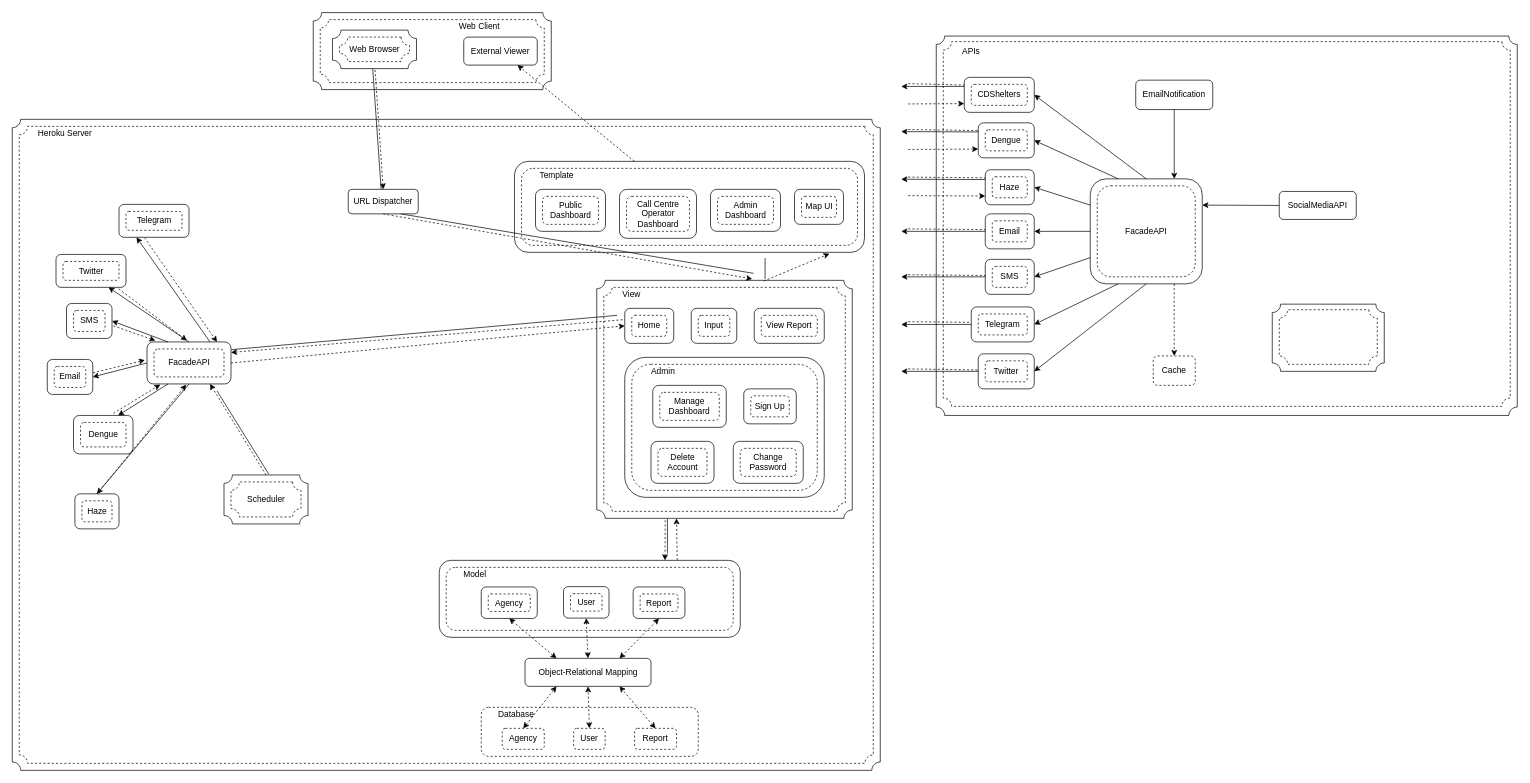
Earlier version of the draw.io diagram CZ3003 Architecture.drawio (drawabc/SASDCMS). Source tidied: cells renumbered, new cells numbered last; positions are measured from the earlier drawing's top-left corner, leaving out a move shared by most shapes. Both pictures are drawn from the tidied source at 70%, with x=0, y=0 at pixel (12, 13).
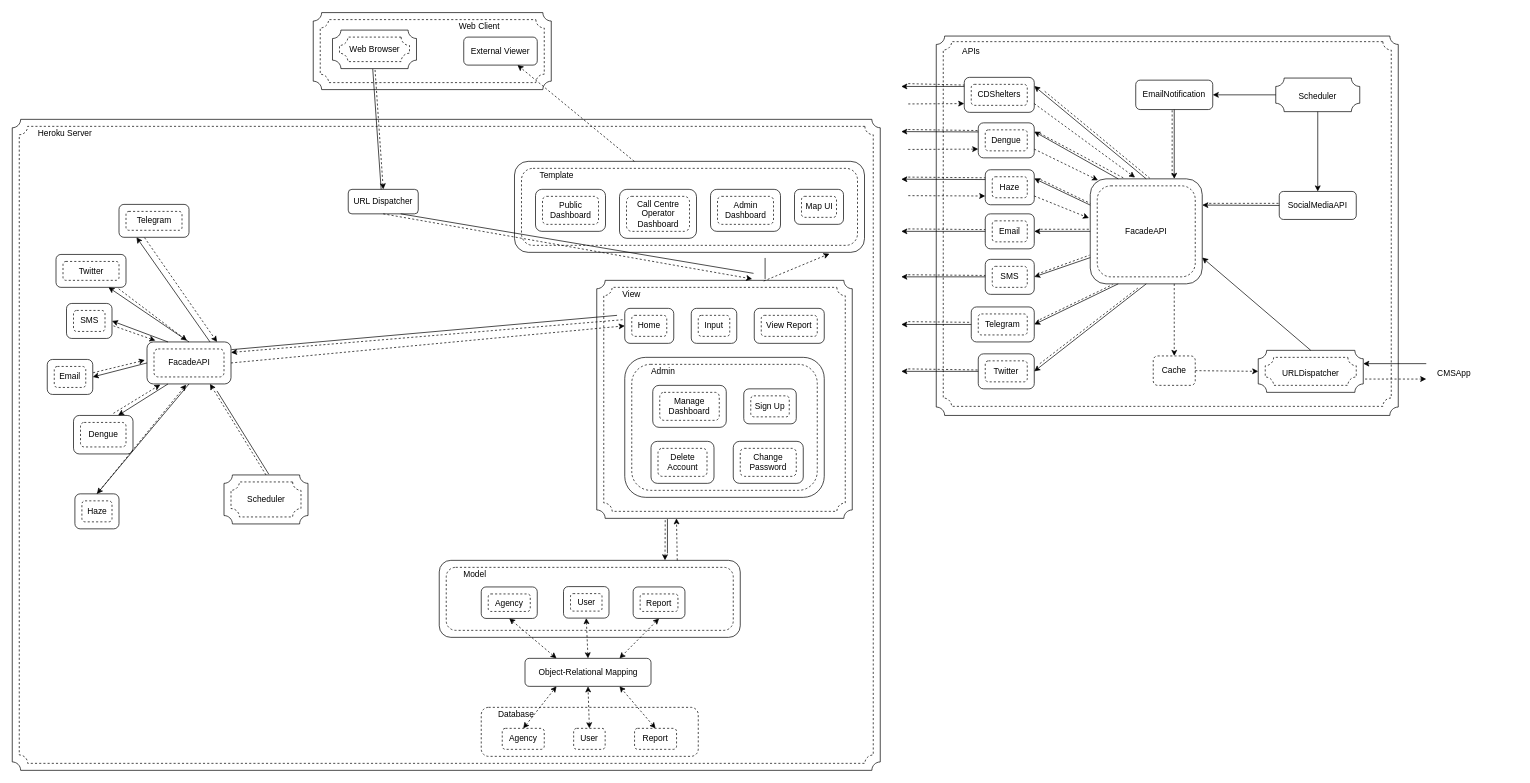
After the change.

Unchanged cells that the change refers to:
```xml
<mxCell id="111" style="rounded=1;whiteSpace=wrap;html=1;" parent="1" vertex="1">
  <mxGeometry x="1360" y="92" width="100" height="50" as="geometry" />
</mxCell>
<mxCell id="113" style="rounded=1;whiteSpace=wrap;html=1;" parent="1" vertex="1">
  <mxGeometry x="1380" y="157" width="80" height="50" as="geometry" />
</mxCell>
<mxCell id="115" style="rounded=1;whiteSpace=wrap;html=1;" parent="1" vertex="1">
  <mxGeometry x="1390" y="224" width="70" height="50" as="geometry" />
</mxCell>
<mxCell id="143" style="rounded=1;whiteSpace=wrap;html=1;" parent="1" vertex="1">
  <mxGeometry x="1540" y="237" width="160" height="150" as="geometry" />
</mxCell>
<mxCell id="152" value="EmailNotification" style="rounded=1;whiteSpace=wrap;html=1;" parent="1" vertex="1">
  <mxGeometry x="1605" y="96" width="110" height="42" as="geometry" />
</mxCell>
<mxCell id="154" value="SocialMediaAPI" style="rounded=1;whiteSpace=wrap;html=1;" parent="1" vertex="1">
  <mxGeometry x="1810" y="255" width="110" height="40" as="geometry" />
</mxCell>
<mxCell id="156" value="Cache" style="rounded=1;whiteSpace=wrap;html=1;dashed=1;" parent="1" vertex="1">
  <mxGeometry x="1630" y="490" width="60" height="42" as="geometry" />
</mxCell>
```

Change to the diagram source:
```diff
@@
     <mxCell id="109" style="verticalLabelPosition=bottom;verticalAlign=top;html=1;shape=mxgraph.basic.plaque;dx=6;" parent="1" vertex="1">
-      <mxGeometry x="1320" y="33" width="830" height="542" as="geometry" />
+      <mxGeometry x="1320" y="33" width="660" height="542" as="geometry" />
     </mxCell>
     <mxCell id="110" style="verticalLabelPosition=bottom;verticalAlign=top;html=1;shape=mxgraph.basic.plaque;dx=6;dashed=1;" parent="1" vertex="1">
-      <mxGeometry x="1330" y="41" width="810" height="521" as="geometry" />
+      <mxGeometry x="1330" y="41" width="640" height="521" as="geometry" />
     </mxCell>
@@
-    <mxCell id="147" style="endArrow=classic;html=1;entryX=1;entryY=0.5;entryDx=0;entryDy=0;exitX=0;exitY=0.25;exitDx=0;exitDy=0;" parent="1" edge="1" source="143" target="115">
+    <mxCell id="147" style="endArrow=classic;html=1;entryX=1;entryY=0.25;entryDx=0;entryDy=0;exitX=0;exitY=0.25;exitDx=0;exitDy=0;" parent="1" edge="1" source="143" target="115">
       <mxGeometry relative="1" as="geometry" />
     </mxCell>
@@
-    <mxCell id="150" style="endArrow=classic;html=1;entryX=1;entryY=0.5;entryDx=0;entryDy=0;exitX=0.25;exitY=0;exitDx=0;exitDy=0;" parent="1" edge="1" source="143" target="113">
+    <mxCell id="150" style="endArrow=classic;html=1;entryX=1;entryY=0.25;entryDx=0;entryDy=0;exitX=0.25;exitY=0;exitDx=0;exitDy=0;" parent="1" edge="1" source="143" target="113">
       <mxGeometry relative="1" as="geometry" />
     </mxCell>
-    <mxCell id="151" style="endArrow=classic;html=1;entryX=1;entryY=0.5;entryDx=0;entryDy=0;exitX=0.5;exitY=0;exitDx=0;exitDy=0;" parent="1" edge="1" source="143" target="111">
+    <mxCell id="151" style="endArrow=classic;html=1;entryX=1;entryY=0.25;entryDx=0;entryDy=0;exitX=0.5;exitY=0;exitDx=0;exitDy=0;" parent="1" edge="1" source="143" target="111">
       <mxGeometry relative="1" as="geometry" />
     </mxCell>
@@
     <mxCell id="158" style="verticalLabelPosition=bottom;verticalAlign=top;html=1;shape=mxgraph.basic.plaque;dx=6;" parent="1" vertex="1">
-      <mxGeometry x="1800" y="416" width="160" height="96" as="geometry" />
+      <mxGeometry x="1780" y="482" width="150" height="60" as="geometry" />
     </mxCell>
     <mxCell id="159" style="verticalLabelPosition=bottom;verticalAlign=top;html=1;shape=mxgraph.basic.plaque;dx=6;dashed=1;" parent="1" vertex="1">
-      <mxGeometry x="1810" y="424" width="140" height="78" as="geometry" />
+      <mxGeometry x="1790" y="492" width="130" height="40" as="geometry" />
     </mxCell>
+    <mxCell id="160" value="URLDispatcher" style="text;html=1;strokeColor=none;fillColor=none;align=center;verticalAlign=middle;whiteSpace=wrap;rounded=0;dashed=1;" parent="1" vertex="1">
+      <mxGeometry x="1835" y="505" width="40" height="20" as="geometry" />
+    </mxCell>
+    <mxCell id="161" style="verticalLabelPosition=bottom;verticalAlign=top;html=1;shape=mxgraph.basic.plaque;dx=6;" parent="1" vertex="1">
+      <mxGeometry x="1805" y="93" width="120" height="48" as="geometry" />
+    </mxCell>
+    <mxCell id="162" value="Scheduler" style="text;html=1;strokeColor=none;fillColor=none;align=center;verticalAlign=middle;whiteSpace=wrap;rounded=0;dashed=1;" parent="1" vertex="1">
+      <mxGeometry x="1845" y="109.5" width="40" height="20" as="geometry" />
+    </mxCell>
+    <mxCell id="163" style="endArrow=classic;html=1;entryX=1;entryY=0.5;entryDx=0;entryDy=0;exitX=0;exitY=0.5;exitDx=0;exitDy=0;exitPerimeter=0;" parent="1" edge="1" source="161" target="152">
+      <mxGeometry relative="1" as="geometry" />
+    </mxCell>
+    <mxCell id="164" style="endArrow=classic;html=1;exitX=0.5;exitY=1;exitDx=0;exitDy=0;exitPerimeter=0;" parent="1" edge="1" source="161" target="154">
+      <mxGeometry relative="1" as="geometry" />
+    </mxCell>
+    <mxCell id="165" style="endArrow=classic;html=1;dashed=1;exitX=1;exitY=0.5;exitDx=0;exitDy=0;entryX=0;entryY=0.5;entryDx=0;entryDy=0;entryPerimeter=0;" parent="1" edge="1" source="156" target="158">
+      <mxGeometry relative="1" as="geometry" />
+    </mxCell>
+    <mxCell id="166" style="endArrow=classic;html=1;entryX=1;entryY=0.75;entryDx=0;entryDy=0;exitX=0.5;exitY=0;exitDx=0;exitDy=0;exitPerimeter=0;" parent="1" edge="1" source="158" target="143">
+      <mxGeometry relative="1" as="geometry" />
+    </mxCell>
+    <mxCell id="167" style="endArrow=none;dashed=1;html=1;entryX=0;entryY=0.25;entryDx=0;entryDy=0;" parent="1" edge="1">
+      <mxGeometry relative="1" as="geometry">
+        <mxPoint x="1710" y="272" as="sourcePoint" />
+        <mxPoint x="1810" y="272" as="targetPoint" />
+      </mxGeometry>
+    </mxCell>
+    <mxCell id="168" style="endArrow=none;dashed=1;html=1;entryX=0.5;entryY=1;entryDx=0;entryDy=0;" parent="1" edge="1">
+      <mxGeometry relative="1" as="geometry">
+        <mxPoint x="1657" y="232" as="sourcePoint" />
+        <mxPoint x="1657" y="138" as="targetPoint" />
+      </mxGeometry>
+    </mxCell>
+    <mxCell id="169" style="endArrow=none;dashed=1;html=1;exitX=1;exitY=0.25;exitDx=0;exitDy=0;" parent="1" edge="1">
+      <mxGeometry relative="1" as="geometry">
+        <mxPoint x="1469" y="309" as="sourcePoint" />
+        <mxPoint x="1539" y="309" as="targetPoint" />
+      </mxGeometry>
+    </mxCell>
+    <mxCell id="170" style="endArrow=none;dashed=1;html=1;" parent="1" edge="1">
+      <mxGeometry relative="1" as="geometry">
+        <mxPoint x="1469" y="238" as="sourcePoint" />
+        <mxPoint x="1540" y="272" as="targetPoint" />
+      </mxGeometry>
+    </mxCell>
+    <mxCell id="171" style="endArrow=none;dashed=1;html=1;entryX=-0.006;entryY=0.667;entryDx=0;entryDy=0;entryPerimeter=0;" parent="1" edge="1">
+      <mxGeometry relative="1" as="geometry">
+        <mxPoint x="1470" y="371" as="sourcePoint" />
+        <mxPoint x="1539" y="346" as="targetPoint" />
+      </mxGeometry>
+    </mxCell>
+    <mxCell id="172" value="CMSApp" style="text;html=1;strokeColor=none;fillColor=none;align=center;verticalAlign=middle;whiteSpace=wrap;rounded=0;dashed=1;" parent="1" vertex="1">
+      <mxGeometry x="2040" y="505" width="40" height="20" as="geometry" />
+    </mxCell>
+    <mxCell id="173" style="endArrow=classic;html=1;entryX=1;entryY=0.5;entryDx=0;entryDy=0;entryPerimeter=0;" parent="1" edge="1">
+      <mxGeometry relative="1" as="geometry">
+        <mxPoint x="2020" y="501" as="sourcePoint" />
+        <mxPoint x="1930" y="501" as="targetPoint" />
+      </mxGeometry>
+    </mxCell>
+    <mxCell id="174" style="endArrow=none;html=1;entryX=1;entryY=0.5;entryDx=0;entryDy=0;entryPerimeter=0;endFill=0;startArrow=classic;startFill=1;dashed=1;" parent="1" edge="1">
+      <mxGeometry relative="1" as="geometry">
+        <mxPoint x="2020" y="523" as="sourcePoint" />
+        <mxPoint x="1930" y="523" as="targetPoint" />
+      </mxGeometry>
+    </mxCell>
+    <mxCell id="175" style="endArrow=none;dashed=1;html=1;entryX=0.2;entryY=1.007;entryDx=0;entryDy=0;entryPerimeter=0;" parent="1" edge="1" target="143">
+      <mxGeometry relative="1" as="geometry">
+        <mxPoint x="1468" y="438" as="sourcePoint" />
+      </mxGeometry>
+    </mxCell>
+    <mxCell id="176" style="endArrow=none;dashed=1;html=1;exitX=1;exitY=0.25;exitDx=0;exitDy=0;" parent="1" edge="1">
+      <mxGeometry relative="1" as="geometry">
+        <mxPoint x="1468" y="501" as="sourcePoint" />
+        <mxPoint x="1608" y="393" as="targetPoint" />
+      </mxGeometry>
+    </mxCell>
+    <mxCell id="177" style="endArrow=none;dashed=1;html=1;" parent="1" edge="1">
+      <mxGeometry relative="1" as="geometry">
+        <mxPoint x="1468" y="172" as="sourcePoint" />
+        <mxPoint x="1588" y="236" as="targetPoint" />
+      </mxGeometry>
+    </mxCell>
+    <mxCell id="178" style="endArrow=none;dashed=1;html=1;" parent="1" edge="1">
+      <mxGeometry relative="1" as="geometry">
+        <mxPoint x="1475" y="112" as="sourcePoint" />
+        <mxPoint x="1625" y="236" as="targetPoint" />
+      </mxGeometry>
+    </mxCell>
+    <mxCell id="179" style="endArrow=classic;html=1;dashed=1;entryX=-0.012;entryY=0.373;entryDx=0;entryDy=0;entryPerimeter=0;exitX=1;exitY=0.75;exitDx=0;exitDy=0;" parent="1" edge="1" source="115" target="143">
+      <mxGeometry relative="1" as="geometry" />
+    </mxCell>
+    <mxCell id="180" style="endArrow=classic;html=1;dashed=1;entryX=0.069;entryY=0.013;entryDx=0;entryDy=0;entryPerimeter=0;exitX=1;exitY=0.75;exitDx=0;exitDy=0;" parent="1" edge="1" source="113" target="143">
+      <mxGeometry relative="1" as="geometry" />
+    </mxCell>
+    <mxCell id="181" style="endArrow=classic;html=1;dashed=1;entryX=0.4;entryY=-0.013;entryDx=0;entryDy=0;entryPerimeter=0;exitX=1;exitY=0.75;exitDx=0;exitDy=0;" parent="1" edge="1" source="111" target="143">
+      <mxGeometry relative="1" as="geometry" />
+    </mxCell>
```
